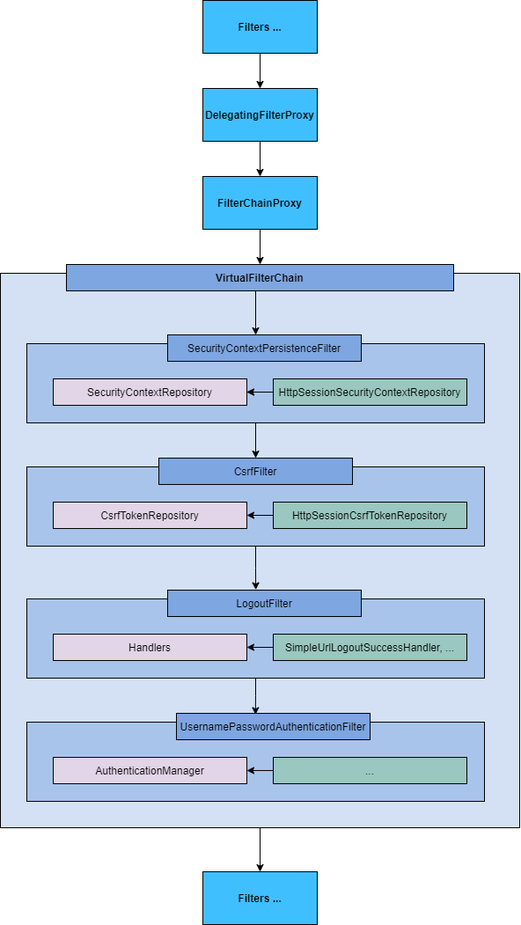
MarselSidikov/about_spring keeps this draw.io diagram as images/main.png. Above is the earlier version. Source tidied: cells renumbered, new cells last; positions are measured from the earlier drawing's top-left corner, leaving out a move shared by most shapes.
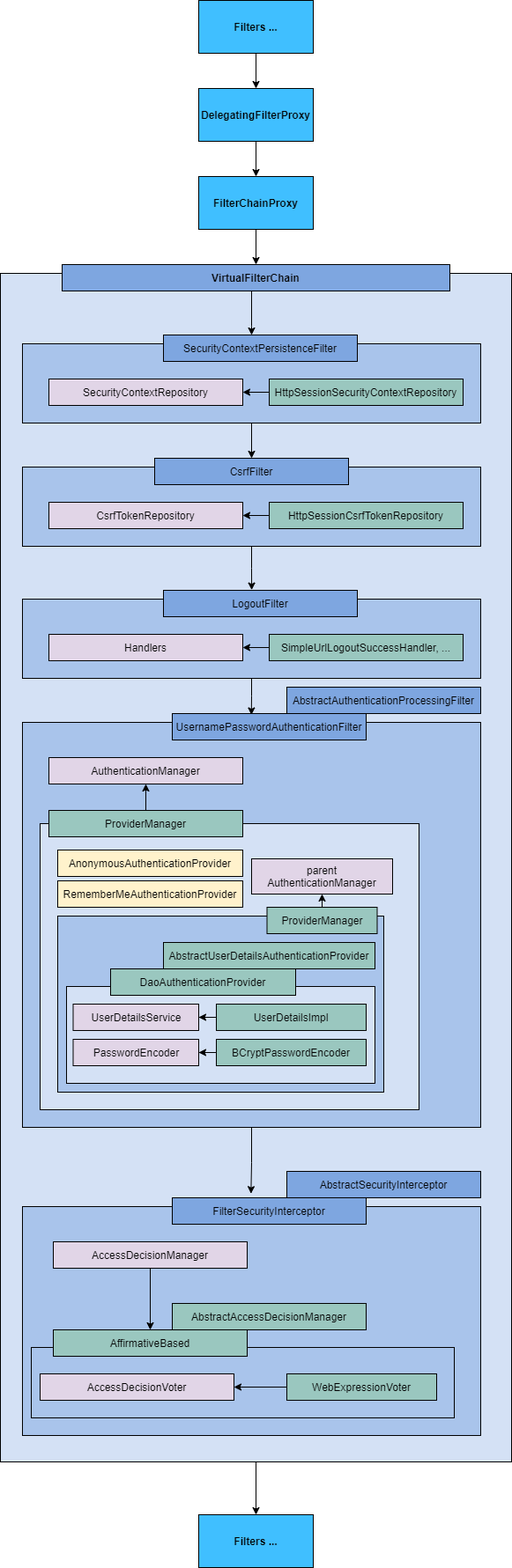
The same file after the commit.

The edit, as a diff of the source:
```diff
@@ -2,16 +2,17 @@
   <root>
     <mxCell id="0" />
     <mxCell id="1" parent="0" />
-    <mxCell id="2" style="edgeStyle=orthogonalEdgeStyle;rounded=0;jettySize=auto;html=1;shadow=0;" parent="1" edge="1" source="3">
-      <mxGeometry relative="1" as="geometry">
-        <mxPoint x="295" y="990" as="targetPoint" />
-      </mxGeometry>
-    </mxCell>
+    <mxCell id="42" style="edgeStyle=orthogonalEdgeStyle;rounded=0;jettySize=auto;html=1;entryX=0.5;entryY=0;entryDx=0;entryDy=0;" parent="1" edge="1" source="3" target="41">
+      <mxGeometry relative="1" as="geometry" />
+    </mxCell>
     <mxCell id="3" style="rounded=0;whiteSpace=wrap;html=1;fillColor=#D4E1F5;" parent="1" vertex="1">
-      <mxGeometry y="310" width="590" height="630" as="geometry" />
+      <mxGeometry x="5" y="310" width="580" height="1350" as="geometry" />
     </mxCell>
+    <mxCell id="43" style="edgeStyle=orthogonalEdgeStyle;rounded=0;jettySize=auto;html=1;entryX=0.406;entryY=-0.159;entryDx=0;entryDy=0;entryPerimeter=0;" parent="1" edge="1" source="4" target="54">
+      <mxGeometry relative="1" as="geometry" />
+    </mxCell>
     <mxCell id="4" style="rounded=0;whiteSpace=wrap;html=1;fillColor=#A9C4EB;" parent="1" vertex="1">
-      <mxGeometry x="30" y="820" width="520" height="90" as="geometry" />
+      <mxGeometry x="30" y="820" width="520" height="460" as="geometry" />
     </mxCell>
     <mxCell id="5" style="edgeStyle=orthogonalEdgeStyle;rounded=0;jettySize=auto;html=1;entryX=0.408;entryY=0.05;entryDx=0;entryDy=0;entryPerimeter=0;shadow=0;" parent="1" edge="1" source="6" target="24">
       <mxGeometry relative="1" as="geometry" />
@@ -64,9 +65,6 @@
     <mxCell id="21" value="SecurityContextRepository" style="rounded=0;whiteSpace=wrap;html=1;" parent="1" vertex="1">
       <mxGeometry x="60" y="430" width="220" height="30" as="geometry" />
     </mxCell>
-    <mxCell id="22" style="edgeStyle=orthogonalEdgeStyle;rounded=0;jettySize=auto;html=1;shadow=0;" parent="1" edge="1" source="23" target="21">
-      <mxGeometry relative="1" as="geometry" />
-    </mxCell>
     <mxCell id="23" value="HttpSessionSecurityContextRepository" style="rounded=0;whiteSpace=wrap;html=1;" parent="1" vertex="1">
       <mxGeometry x="310" y="430" width="220" height="30" as="geometry" />
     </mxCell>
@@ -79,9 +77,6 @@
     <mxCell id="26" style="edgeStyle=orthogonalEdgeStyle;rounded=0;jettySize=auto;html=1;shadow=0;" parent="1" edge="1" source="27" target="25">
       <mxGeometry relative="1" as="geometry" />
     </mxCell>
-    <mxCell id="27" value="..." style="rounded=0;whiteSpace=wrap;html=1;fillColor=#9AC7BF;" parent="1" vertex="1">
-      <mxGeometry x="310" y="860" width="220" height="30" as="geometry" />
-    </mxCell>
     <mxCell id="28" value="Handlers" style="rounded=0;whiteSpace=wrap;html=1;fillColor=#E1D5E7;" parent="1" vertex="1">
       <mxGeometry x="60" y="720" width="220" height="30" as="geometry" />
     </mxCell>
@@ -100,7 +95,7 @@
     <mxCell id="33" value="HttpSessionSecurityContextRepository" style="rounded=0;whiteSpace=wrap;html=1;" parent="1" vertex="1">
       <mxGeometry x="310" y="430" width="220" height="30" as="geometry" />
     </mxCell>
-    <mxCell id="34" style="edgeStyle=orthogonalEdgeStyle;rounded=0;jettySize=auto;html=1;shadow=0;fillColor=#40BFFF;" parent="1" edge="1" source="35" target="31">
+    <mxCell id="34" style="edgeStyle=none;rounded=0;jettySize=auto;html=1;" parent="1" edge="1" source="35" target="31">
       <mxGeometry relative="1" as="geometry" />
     </mxCell>
     <mxCell id="35" value="HttpSessionSecurityContextRepository" style="rounded=0;whiteSpace=wrap;html=1;fillColor=#9AC7BF;" parent="1" vertex="1">
@@ -127,7 +122,94 @@
       <mxGeometry x="230" width="130" height="60" as="geometry" />
     </mxCell>
     <mxCell id="41" value="Filters ..." style="rounded=0;whiteSpace=wrap;html=1;fillColor=#40BFFF;fontStyle=1;" parent="1" vertex="1">
-      <mxGeometry x="230" y="990" width="130" height="60" as="geometry" />
+      <mxGeometry x="230" y="1720" width="130" height="60" as="geometry" />
     </mxCell>
+    <mxCell id="44" style="rounded=0;whiteSpace=wrap;html=1;fillColor=#D4E1F5;" parent="1" vertex="1">
+      <mxGeometry x="50" y="935" width="430" height="325" as="geometry" />
+    </mxCell>
+    <mxCell id="27" value="ProviderManager" style="rounded=0;whiteSpace=wrap;html=1;fillColor=#9AC7BF;" parent="1" vertex="1">
+      <mxGeometry x="60" y="920" width="220" height="30" as="geometry" />
+    </mxCell>
+    <mxCell id="45" value="AnonymousAuthenticationProvider" style="rounded=0;whiteSpace=wrap;html=1;fillColor=#FFF2CC;" parent="1" vertex="1">
+      <mxGeometry x="70" y="965" width="210" height="30" as="geometry" />
+    </mxCell>
+    <mxCell id="46" value="RememberMeAuthenticationProvider" style="rounded=0;whiteSpace=wrap;html=1;fillColor=#FFF2CC;" parent="1" vertex="1">
+      <mxGeometry x="70" y="1000" width="210" height="30" as="geometry" />
+    </mxCell>
+    <mxCell id="47" value="parent AuthenticationManager" style="rounded=0;whiteSpace=wrap;html=1;fillColor=#E1D5E7;" parent="1" vertex="1">
+      <mxGeometry x="290" y="975" width="160" height="40" as="geometry" />
+    </mxCell>
+    <mxCell id="48" style="rounded=0;whiteSpace=wrap;html=1;fillColor=#A9C4EB;" parent="1" vertex="1">
+      <mxGeometry x="70" y="1040" width="370" height="200" as="geometry" />
+    </mxCell>
+    <mxCell id="49" style="edgeStyle=none;rounded=0;jettySize=auto;html=1;exitX=0.5;exitY=0;exitDx=0;exitDy=0;entryX=0.5;entryY=1;entryDx=0;entryDy=0;" parent="1" edge="1" source="50" target="47">
+      <mxGeometry relative="1" as="geometry" />
+    </mxCell>
+    <mxCell id="50" value="ProviderManager" style="rounded=0;whiteSpace=wrap;html=1;fillColor=#9AC7BF;" parent="1" vertex="1">
+      <mxGeometry x="307.5" y="1030" width="125" height="30" as="geometry" />
+    </mxCell>
+    <mxCell id="51" value="AbstractAuthenticationProcessingFilter" style="rounded=0;whiteSpace=wrap;html=1;fillColor=#7EA6E0;" parent="1" vertex="1">
+      <mxGeometry x="330" y="780" width="220" height="30" as="geometry" />
+    </mxCell>
+    <mxCell id="52" value="AbstractUserDetailsAuthenticationProvider" style="rounded=0;whiteSpace=wrap;html=1;fillColor=#9AC7BF;" parent="1" vertex="1">
+      <mxGeometry x="190" y="1070" width="240" height="30" as="geometry" />
+    </mxCell>
+    <mxCell id="53" style="rounded=0;whiteSpace=wrap;html=1;fillColor=#A9C4EB;" parent="1" vertex="1">
+      <mxGeometry x="30" y="1370" width="520" height="260" as="geometry" />
+    </mxCell>
+    <mxCell id="54" value="FilterSecurityInterceptor" style="rounded=0;whiteSpace=wrap;html=1;fillColor=#7EA6E0;" parent="1" vertex="1">
+      <mxGeometry x="200" y="1360" width="220" height="30" as="geometry" />
+    </mxCell>
+    <mxCell id="55" value="AbstractSecurityInterceptor" style="rounded=0;whiteSpace=wrap;html=1;fillColor=#7EA6E0;" parent="1" vertex="1">
+      <mxGeometry x="330" y="1330" width="220" height="30" as="geometry" />
+    </mxCell>
+    <mxCell id="56" style="edgeStyle=orthogonalEdgeStyle;rounded=0;jettySize=auto;html=1;entryX=0.5;entryY=0;entryDx=0;entryDy=0;" parent="1" edge="1" source="57" target="60">
+      <mxGeometry relative="1" as="geometry" />
+    </mxCell>
+    <mxCell id="57" value="AccessDecisionManager" style="rounded=0;whiteSpace=wrap;html=1;fillColor=#E1D5E7;" parent="1" vertex="1">
+      <mxGeometry x="65" y="1410" width="220" height="30" as="geometry" />
+    </mxCell>
+    <mxCell id="58" value="AbstractAccessDecisionManager" style="rounded=0;whiteSpace=wrap;html=1;fillColor=#9AC7BF;" parent="1" vertex="1">
+      <mxGeometry x="200" y="1480" width="220" height="30" as="geometry" />
+    </mxCell>
+    <mxCell id="59" style="rounded=0;whiteSpace=wrap;html=1;fillColor=#A9C4EB;" parent="1" vertex="1">
+      <mxGeometry x="40" y="1530" width="480" height="80" as="geometry" />
+    </mxCell>
+    <mxCell id="60" value="AffirmativeBased" style="rounded=0;whiteSpace=wrap;html=1;fillColor=#9AC7BF;" parent="1" vertex="1">
+      <mxGeometry x="65" y="1510" width="220" height="30" as="geometry" />
+    </mxCell>
+    <mxCell id="61" value="AccessDecisionVoter" style="rounded=0;whiteSpace=wrap;html=1;fillColor=#E1D5E7;" parent="1" vertex="1">
+      <mxGeometry x="50" y="1560" width="220" height="30" as="geometry" />
+    </mxCell>
+    <mxCell id="62" style="edgeStyle=orthogonalEdgeStyle;rounded=0;jettySize=auto;html=1;entryX=1;entryY=0.5;entryDx=0;entryDy=0;" parent="1" edge="1" source="63" target="61">
+      <mxGeometry relative="1" as="geometry" />
+    </mxCell>
+    <mxCell id="63" value="WebExpressionVoter" style="rounded=0;whiteSpace=wrap;html=1;fillColor=#9AC7BF;" parent="1" vertex="1">
+      <mxGeometry x="330" y="1560" width="170" height="30" as="geometry" />
+    </mxCell>
+    <mxCell id="64" style="rounded=0;whiteSpace=wrap;html=1;fillColor=#D4E1F5;" parent="1" vertex="1">
+      <mxGeometry x="80" y="1120" width="350" height="110" as="geometry" />
+    </mxCell>
+    <mxCell id="65" value="DaoAuthenticationProvider" style="rounded=0;whiteSpace=wrap;html=1;fillColor=#9AC7BF;" parent="1" vertex="1">
+      <mxGeometry x="130" y="1100" width="210" height="30" as="geometry" />
+    </mxCell>
+    <mxCell id="66" value="UserDetailsService" style="rounded=0;whiteSpace=wrap;html=1;fillColor=#E1D5E7;" parent="1" vertex="1">
+      <mxGeometry x="87.5" y="1140" width="142.5" height="30" as="geometry" />
+    </mxCell>
+    <mxCell id="67" value="PasswordEncoder" style="rounded=0;whiteSpace=wrap;html=1;fillColor=#E1D5E7;" parent="1" vertex="1">
+      <mxGeometry x="87.5" y="1180" width="142.5" height="30" as="geometry" />
+    </mxCell>
+    <mxCell id="68" style="edgeStyle=orthogonalEdgeStyle;rounded=0;jettySize=auto;html=1;entryX=1;entryY=0.5;entryDx=0;entryDy=0;" parent="1" edge="1" source="69" target="66">
+      <mxGeometry relative="1" as="geometry" />
+    </mxCell>
+    <mxCell id="69" value="UserDetailsImpl" style="rounded=0;whiteSpace=wrap;html=1;fillColor=#9AC7BF;" parent="1" vertex="1">
+      <mxGeometry x="250" y="1140" width="170" height="30" as="geometry" />
+    </mxCell>
+    <mxCell id="70" style="edgeStyle=orthogonalEdgeStyle;rounded=0;jettySize=auto;html=1;entryX=1;entryY=0.5;entryDx=0;entryDy=0;" parent="1" edge="1" source="71" target="67">
+      <mxGeometry relative="1" as="geometry" />
+    </mxCell>
+    <mxCell id="71" value="BCryptPasswordEncoder" style="rounded=0;whiteSpace=wrap;html=1;fillColor=#9AC7BF;" parent="1" vertex="1">
+      <mxGeometry x="250" y="1180" width="170" height="30" as="geometry" />
+    </mxCell>
   </root>
 </mxGraphModel>
```
